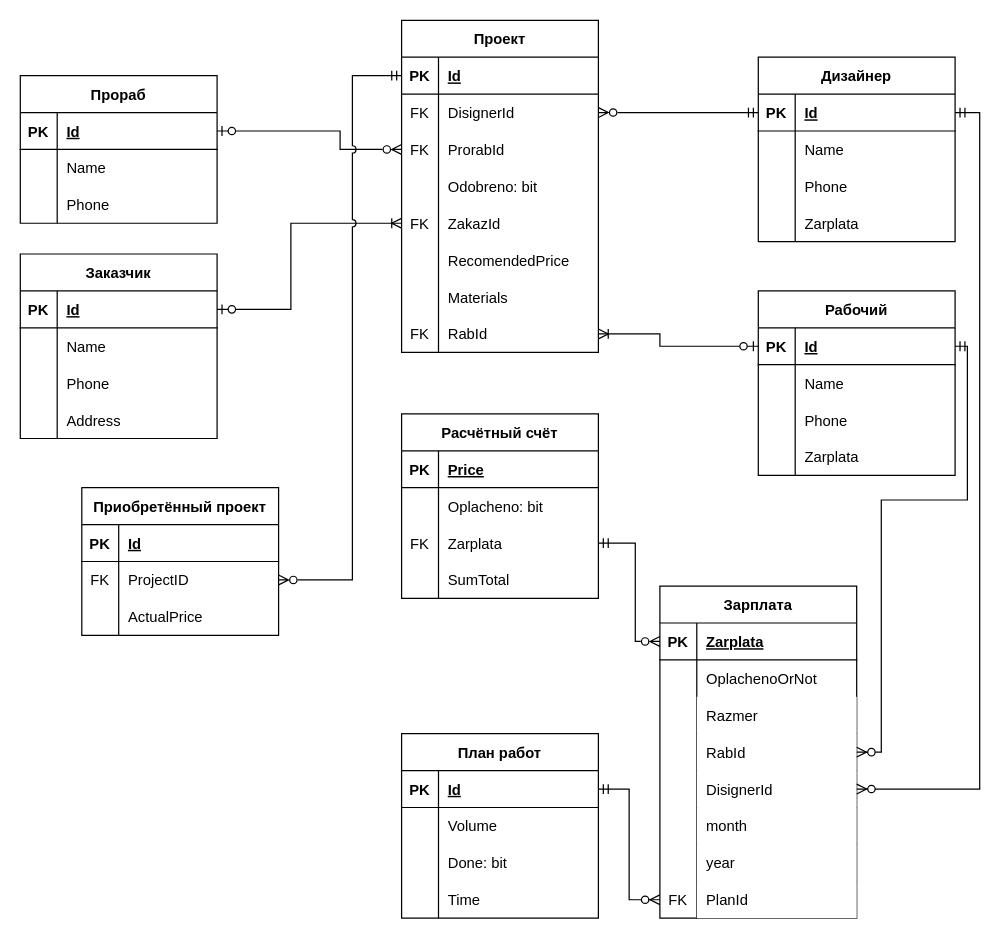
This is ER.drawio from LeraMrmr/ZiminaLera, a draw.io file, before an edit. Source tidied: cells renumbered, new cells numbered last; positions are measured from the earlier drawing's top-left corner, leaving out a move shared by most shapes. Both pictures are drawn from the tidied source at 123%, with x=0, y=0 at pixel (20, 20).
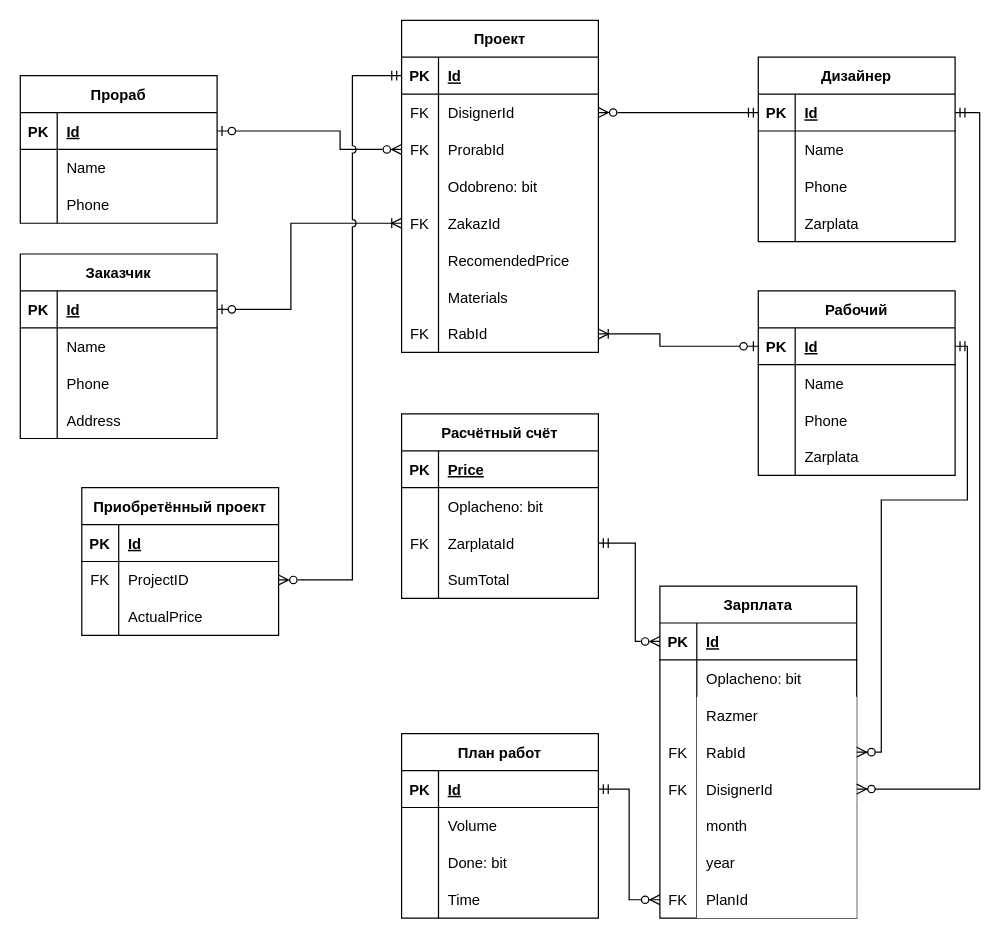
After the change.

The change refers to these unchanged cells:
```xml
<mxCell id="73" style="shape=partialRectangle;fillColor=none;top=0;left=0;bottom=0;right=0;" parent="66" vertex="1">
  <mxGeometry y="90" width="160" height="30" as="geometry" />
</mxCell>
<mxCell id="80" style="shape=partialRectangle;fillColor=none;top=0;left=0;bottom=1;right=0;points=[[0,0.5],[1,0.5]];portConstraint=eastwest;" parent="79" vertex="1">
  <mxGeometry y="30" width="160" height="30" as="geometry" />
</mxCell>
<mxCell id="83" style="shape=partialRectangle;fillColor=none;top=0;left=0;bottom=0;right=0;" parent="79" vertex="1">
  <mxGeometry y="60" width="160" height="30" as="geometry" />
</mxCell>
<mxCell id="89" style="shape=partialRectangle;fillColor=none;top=0;left=0;bottom=0;right=0;points=[[0,0.5],[1,0.5]];portConstraint=eastwest;" parent="79" vertex="1">
  <mxGeometry y="120" width="160" height="30" as="geometry" />
</mxCell>
<mxCell id="92" style="shape=partialRectangle;fillColor=none;top=0;left=0;bottom=0;right=0;points=[[0,0.5],[1,0.5]];portConstraint=eastwest;" parent="79" vertex="1">
  <mxGeometry y="150" width="160" height="30" as="geometry" />
</mxCell>
```

The edit, as a diff of the source:
```diff
@@
-    <mxCell id="75" value="Zarplata" style="shape=partialRectangle;fillColor=none;top=0;left=0;bottom=0;right=0;align=left;spacingLeft=6;overflow=hidden;" parent="73" vertex="1">
+    <mxCell id="75" value="ZarplataId" style="shape=partialRectangle;fillColor=none;top=0;left=0;bottom=0;right=0;align=left;spacingLeft=6;overflow=hidden;" parent="73" vertex="1">
       <mxGeometry x="30" width="130" height="30" as="geometry" />
     </mxCell>
@@
-    <mxCell id="82" value="Zarplata" style="shape=partialRectangle;fillColor=none;top=0;left=0;bottom=0;right=0;align=left;spacingLeft=6;fontStyle=5;overflow=hidden;" parent="80" vertex="1">
+    <mxCell id="82" value="Id" style="shape=partialRectangle;fillColor=none;top=0;left=0;bottom=0;right=0;align=left;spacingLeft=6;fontStyle=5;overflow=hidden;" parent="80" vertex="1">
       <mxGeometry x="30" width="130" height="30" as="geometry" />
     </mxCell>
@@
-    <mxCell id="85" value="OplachenoOrNot" style="shape=partialRectangle;fillColor=none;top=0;left=0;bottom=0;right=0;align=left;spacingLeft=6;overflow=hidden;" parent="83" vertex="1">
+    <mxCell id="85" value="Oplacheno: bit" style="shape=partialRectangle;fillColor=none;top=0;left=0;bottom=0;right=0;align=left;spacingLeft=6;overflow=hidden;" parent="83" vertex="1">
       <mxGeometry x="30" width="130" height="30" as="geometry" />
     </mxCell>
@@
-    <mxCell id="90" style="shape=partialRectangle;fillColor=none;top=0;left=0;bottom=0;right=0;overflow=hidden;" parent="89" vertex="1">
+    <mxCell id="90" value="FK" style="shape=partialRectangle;fillColor=none;top=0;left=0;bottom=0;right=0;overflow=hidden;" parent="89" vertex="1">
       <mxGeometry width="30" height="30" as="geometry" />
     </mxCell>
@@
-    <mxCell id="93" style="shape=partialRectangle;fillColor=none;top=0;left=0;bottom=0;right=0;overflow=hidden;" parent="92" vertex="1">
+    <mxCell id="93" value="FK" style="shape=partialRectangle;fillColor=none;top=0;left=0;bottom=0;right=0;overflow=hidden;" parent="92" vertex="1">
       <mxGeometry width="30" height="30" as="geometry" />
     </mxCell>
```
